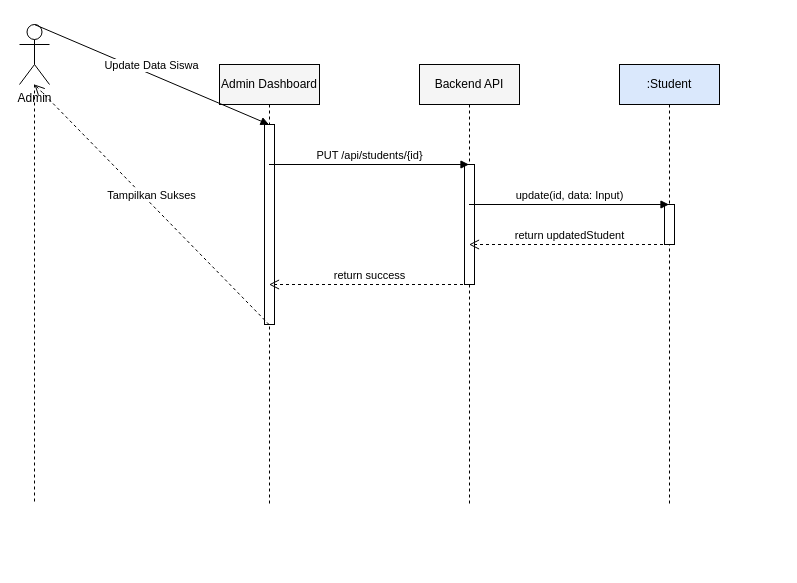
The draw.io diagram docs/sequence_admin_edit_student.drawio in muhammaddzaki123/adminkassmpit, before the edit. Source tidied: cells renumbered, new cells numbered last; positions are measured from the earlier drawing's top-left corner, leaving out a move shared by most shapes. Both pictures are drawn from the tidied source at 100%, with x=0, y=0 at pixel (19, 24).
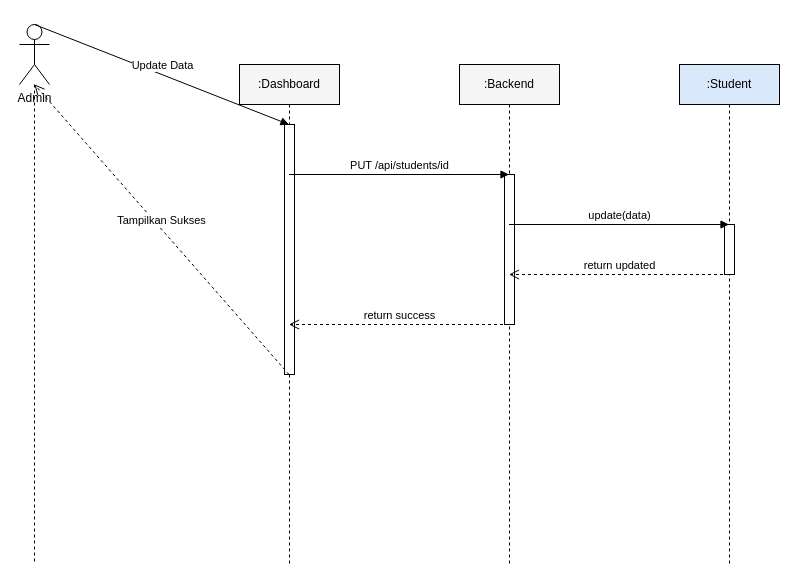
After the change.

The edit, as a diff of the source:
```diff
@@
 <mxGraphModel>
   <root>
     <mxCell id="0" />
     <mxCell id="1" parent="0" />
     <mxCell id="2" value="Admin" style="shape=umlActor;verticalLabelPosition=bottom;verticalAlign=top;html=1;outlineConnect=0;" parent="1" vertex="1">
       <mxGeometry width="30" height="60" as="geometry" />
     </mxCell>
     <mxCell id="3" style="endArrow=none;dashed=1;html=1;" parent="1" edge="1" source="2">
       <mxGeometry relative="1" as="geometry">
-        <mxPoint x="15" y="480" as="targetPoint" />
+        <mxPoint x="15" y="540" as="targetPoint" />
       </mxGeometry>
     </mxCell>
-    <mxCell id="4" value="Admin Dashboard" style="shape=umlLifeline;perimeter=lifelinePerimeter;whiteSpace=wrap;html=1;outlineConnect=0;fillColor=#f5f5f5;" parent="1" vertex="1">
-      <mxGeometry x="200" y="40" width="100" height="440" as="geometry" />
+    <mxCell id="4" value=":Dashboard" style="shape=umlLifeline;perimeter=lifelinePerimeter;whiteSpace=wrap;html=1;outlineConnect=0;fillColor=#f5f5f5;" parent="1" vertex="1">
+      <mxGeometry x="220" y="40" width="100" height="500" as="geometry" />
     </mxCell>
-    <mxCell id="5" value="Backend API" style="shape=umlLifeline;perimeter=lifelinePerimeter;whiteSpace=wrap;html=1;outlineConnect=0;fillColor=#f5f5f5;" parent="1" vertex="1">
-      <mxGeometry x="400" y="40" width="100" height="440" as="geometry" />
+    <mxCell id="5" value=":Backend" style="shape=umlLifeline;perimeter=lifelinePerimeter;whiteSpace=wrap;html=1;outlineConnect=0;fillColor=#f5f5f5;" parent="1" vertex="1">
+      <mxGeometry x="440" y="40" width="100" height="500" as="geometry" />
     </mxCell>
     <mxCell id="6" value=":Student" style="shape=umlLifeline;perimeter=lifelinePerimeter;whiteSpace=wrap;html=1;outlineConnect=0;fillColor=#dae8fc;" parent="1" vertex="1">
-      <mxGeometry x="600" y="40" width="100" height="440" as="geometry" />
+      <mxGeometry x="660" y="40" width="100" height="500" as="geometry" />
     </mxCell>
     <mxCell id="7" style="html=1;perimeter=orthogonalPerimeter;fillColor=#FFFFFF;strokeColor=#000000;" parent="1" vertex="1">
-      <mxGeometry x="645" y="180" width="10" height="40" as="geometry" />
+      <mxGeometry x="705" y="200" width="10" height="50" as="geometry" />
     </mxCell>
     <mxCell id="8" style="html=1;perimeter=orthogonalPerimeter;fillColor=#FFFFFF;strokeColor=#000000;" parent="1" vertex="1">
-      <mxGeometry x="445" y="140" width="10" height="120" as="geometry" />
+      <mxGeometry x="485" y="150" width="10" height="150" as="geometry" />
     </mxCell>
     <mxCell id="9" style="html=1;perimeter=orthogonalPerimeter;fillColor=#FFFFFF;strokeColor=#000000;" parent="1" vertex="1">
-      <mxGeometry x="245" y="100" width="10" height="200" as="geometry" />
+      <mxGeometry x="265" y="100" width="10" height="250" as="geometry" />
     </mxCell>
-    <mxCell id="10" value="Update Data Siswa" style="html=1;verticalAlign=bottom;endArrow=block;rounded=0;entryX=0.5;entryY=0.13636363636363635;exitX=0.5;exitY=0.13636363636363635;" parent="1" edge="1" source="2" target="4">
+    <mxCell id="10" value="Update Data" style="html=1;verticalAlign=bottom;endArrow=block;rounded=0;entryX=0.5;entryY=0.12;exitX=0.5;exitY=0.12;" parent="1" edge="1" source="2" target="4">
       <mxGeometry relative="1" as="geometry" />
     </mxCell>
-    <mxCell id="11" value="PUT /api/students/{id}" style="html=1;verticalAlign=bottom;endArrow=block;rounded=0;entryX=0.5;entryY=0.22727272727272727;exitX=0.5;exitY=0.22727272727272727;" parent="1" edge="1" source="4" target="5">
+    <mxCell id="11" value="PUT /api/students/id" style="html=1;verticalAlign=bottom;endArrow=block;rounded=0;entryX=0.5;entryY=0.22;exitX=0.5;exitY=0.22;" parent="1" edge="1" source="4" target="5">
       <mxGeometry relative="1" as="geometry" />
     </mxCell>
-    <mxCell id="12" value="update(id, data: Input)" style="html=1;verticalAlign=bottom;endArrow=block;rounded=0;entryX=0.5;entryY=0.3181818181818182;exitX=0.5;exitY=0.3181818181818182;" parent="1" edge="1" source="5" target="6">
+    <mxCell id="12" value="update(data)" style="html=1;verticalAlign=bottom;endArrow=block;rounded=0;entryX=0.5;entryY=0.32;exitX=0.5;exitY=0.32;" parent="1" edge="1" source="5" target="6">
       <mxGeometry relative="1" as="geometry" />
     </mxCell>
-    <mxCell id="13" value="return updatedStudent" style="html=1;verticalAlign=bottom;endArrow=open;dashed=1;endSize=8;rounded=0;entryX=0.5;entryY=0.4090909090909091;exitX=0.5;exitY=0.4090909090909091;" parent="1" edge="1" source="6" target="5">
+    <mxCell id="13" value="return updated" style="html=1;verticalAlign=bottom;endArrow=open;dashed=1;endSize=8;rounded=0;entryX=0.5;entryY=0.42;exitX=0.5;exitY=0.42;" parent="1" edge="1" source="6" target="5">
       <mxGeometry relative="1" as="geometry" />
     </mxCell>
-    <mxCell id="14" value="return success" style="html=1;verticalAlign=bottom;endArrow=open;dashed=1;endSize=8;rounded=0;entryX=0.5;entryY=0.5;exitX=0.5;exitY=0.5;" parent="1" edge="1" source="5" target="4">
+    <mxCell id="14" value="return success" style="html=1;verticalAlign=bottom;endArrow=open;dashed=1;endSize=8;rounded=0;entryX=0.5;entryY=0.52;exitX=0.5;exitY=0.52;" parent="1" edge="1" source="5" target="4">
       <mxGeometry relative="1" as="geometry" />
     </mxCell>
-    <mxCell id="15" value="Tampilkan Sukses" style="html=1;verticalAlign=bottom;endArrow=open;dashed=1;endSize=8;rounded=0;entryX=0.5;entryY=0.5909090909090909;exitX=0.5;exitY=0.5909090909090909;" parent="1" edge="1" source="4" target="2">
+    <mxCell id="15" value="Tampilkan Sukses" style="html=1;verticalAlign=bottom;endArrow=open;dashed=1;endSize=8;rounded=0;entryX=0.5;entryY=0.62;exitX=0.5;exitY=0.62;" parent="1" edge="1" source="4" target="2">
       <mxGeometry relative="1" as="geometry" />
     </mxCell>
   </root>
 </mxGraphModel>
```
